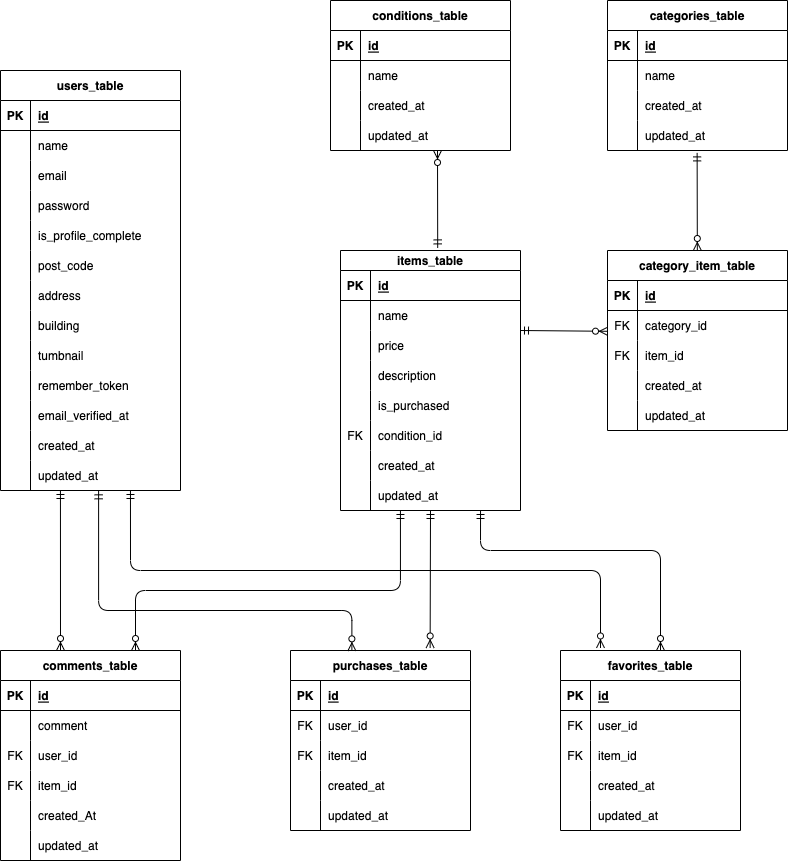
Earlier version of the draw.io export src/ERD.drawio.png (hamakei0089/flea_market_app). Source tidied: cells renumbered, new cells last; positions are measured from the earlier drawing's top-left corner, leaving out a move shared by most shapes.
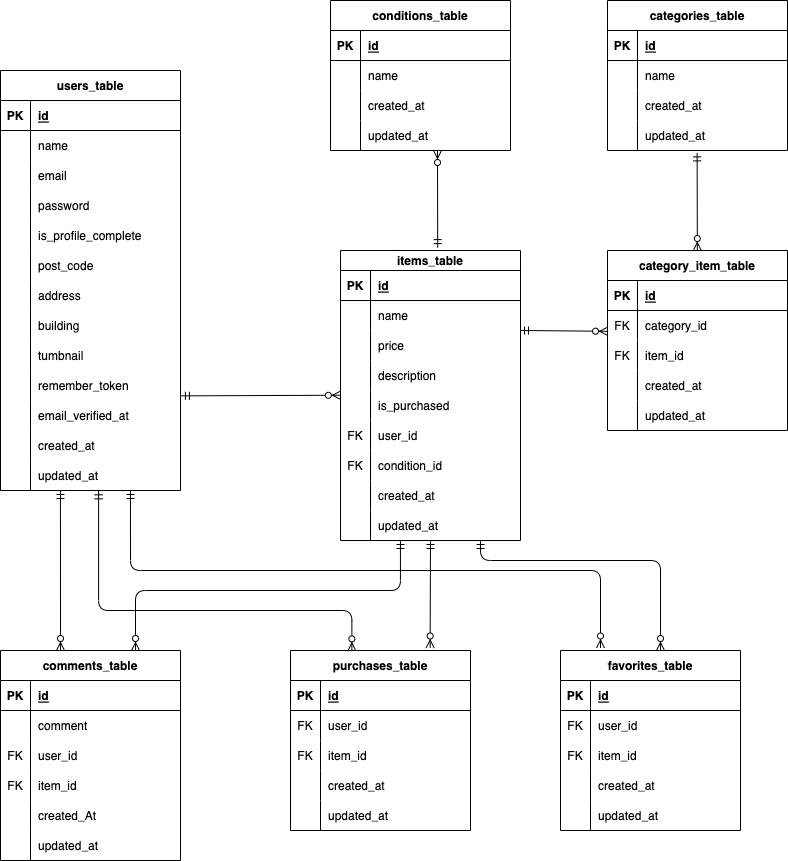
The same diagram one commit later.

Change to the diagram source:
```diff
@@ -123,7 +123,7 @@
       <mxGeometry x="30" width="150" height="30" as="geometry" />
     </mxCell>
     <mxCell id="42" value="items_table" style="shape=table;startSize=20;rowLines=0;fontStyle=1;align=center;" parent="1" vertex="1">
-      <mxGeometry x="340" y="250" width="180" height="260" as="geometry" />
+      <mxGeometry x="340" y="250" width="180" height="290" as="geometry" />
     </mxCell>
     <mxCell id="43" style="shape=tableRow;horizontal=0;startSize=0;swimlaneHead=0;swimlaneBody=0;fillColor=none;top=0;left=0;right=0;bottom=1;" parent="42" vertex="1">
       <mxGeometry y="20" width="180" height="30" as="geometry" />
@@ -176,11 +176,20 @@
     <mxCell id="59" value="FK" style="shape=partialRectangle;fillColor=none;top=0;left=0;bottom=0;right=0;overflow=hidden;" parent="58" vertex="1">
       <mxGeometry width="30" height="30" as="geometry" />
     </mxCell>
-    <mxCell id="60" value="condition_id" style="shape=partialRectangle;fillColor=none;top=0;left=0;bottom=0;right=0;align=left;spacingLeft=6;overflow=hidden;" parent="58" vertex="1">
+    <mxCell id="60" value="user_id" style="shape=partialRectangle;fillColor=none;top=0;left=0;bottom=0;right=0;align=left;spacingLeft=6;overflow=hidden;" parent="58" vertex="1">
       <mxGeometry x="30" width="150" height="30" as="geometry" />
     </mxCell>
+    <mxCell id="169" style="shape=tableRow;horizontal=0;startSize=0;swimlaneHead=0;swimlaneBody=0;fillColor=none;top=0;left=0;right=0;bottom=0;" parent="42" vertex="1">
+      <mxGeometry y="200" width="180" height="30" as="geometry" />
+    </mxCell>
+    <mxCell id="170" value="FK" style="shape=partialRectangle;fillColor=none;top=0;left=0;bottom=0;right=0;overflow=hidden;" parent="169" vertex="1">
+      <mxGeometry width="30" height="30" as="geometry" />
+    </mxCell>
+    <mxCell id="171" value="condition_id" style="shape=partialRectangle;fillColor=none;top=0;left=0;bottom=0;right=0;align=left;spacingLeft=6;overflow=hidden;" parent="169" vertex="1">
+      <mxGeometry x="30" width="150" height="30" as="geometry" />
+    </mxCell>
     <mxCell id="61" style="shape=tableRow;horizontal=0;startSize=0;swimlaneHead=0;swimlaneBody=0;fillColor=none;top=0;left=0;right=0;bottom=0;" parent="42" vertex="1">
-      <mxGeometry y="200" width="180" height="30" as="geometry" />
+      <mxGeometry y="230" width="180" height="30" as="geometry" />
     </mxCell>
     <mxCell id="62" style="shape=partialRectangle;fillColor=none;top=0;left=0;bottom=0;right=0;overflow=hidden;" parent="61" vertex="1">
       <mxGeometry width="30" height="30" as="geometry" />
@@ -189,7 +198,7 @@
       <mxGeometry x="30" width="150" height="30" as="geometry" />
     </mxCell>
     <mxCell id="64" style="shape=tableRow;horizontal=0;startSize=0;swimlaneHead=0;swimlaneBody=0;fillColor=none;points=[[0,0.5],[1,0.5]];portConstraint=eastwest;top=0;left=0;right=0;bottom=0;" parent="42" vertex="1">
-      <mxGeometry y="230" width="180" height="30" as="geometry" />
+      <mxGeometry y="260" width="180" height="30" as="geometry" />
     </mxCell>
     <mxCell id="65" style="shape=partialRectangle;fillColor=none;top=0;left=0;bottom=0;right=0;overflow=hidden;" parent="64" vertex="1">
       <mxGeometry width="30" height="30" as="geometry" />
@@ -531,10 +540,13 @@
       <mxGeometry relative="1" as="geometry">
         <mxPoint x="660" y="650" as="targetPoint" />
         <Array as="points">
-          <mxPoint x="480" y="550" />
-          <mxPoint x="660" y="550" />
+          <mxPoint x="480" y="560" />
+          <mxPoint x="660" y="560" />
         </Array>
       </mxGeometry>
     </mxCell>
+    <mxCell id="172" style="fontSize=12;html=1;endArrow=ERzeroToMany;startArrow=ERmandOne;elbow=vertical;exitX=1.005;exitY=0.845;exitDx=0;exitDy=0;exitPerimeter=0;entryX=-0.001;entryY=0.158;entryDx=0;entryDy=0;entryPerimeter=0;" parent="1" edge="1" source="30" target="55">
+      <mxGeometry relative="1" as="geometry" />
+    </mxCell>
   </root>
 </mxGraphModel>
```
